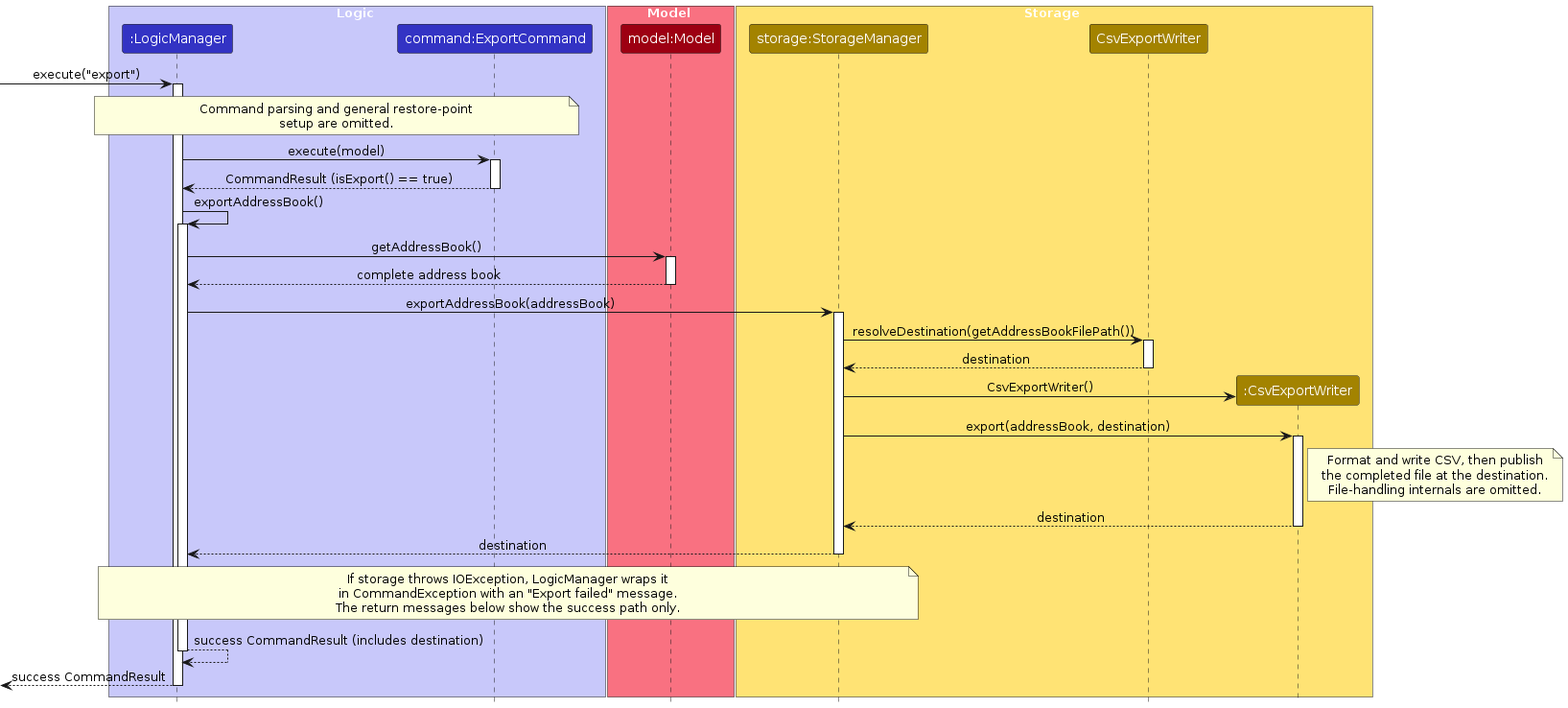
This is diagrams/ExportSequenceDiagram.png from AY2627S1-CS2103-F10-1/tp, a PlantUML export, as it was before one commit. Its source is kept beside it as diagrams/ExportSequenceDiagram.puml. The source it was exported from:
```plantuml
@startuml
!include style.puml
skinparam ArrowFontStyle plain

box Logic LOGIC_COLOR_T1
participant ":LogicManager" as LogicManager LOGIC_COLOR
participant "command:ExportCommand" as ExportCommand LOGIC_COLOR
end box

box Model MODEL_COLOR_T1
participant "model:Model" as Model MODEL_COLOR
end box

box Storage STORAGE_COLOR_T1
participant "storage:StorageManager" as StorageManager STORAGE_COLOR
participant "CsvExportWriter" as CsvExportWriterType STORAGE_COLOR
participant ":CsvExportWriter" as CsvExportWriter STORAGE_COLOR
end box

[-> LogicManager : execute("export")
activate LogicManager
note over LogicManager, ExportCommand
Command parsing and general restore-point
setup are omitted.
end note

LogicManager -> ExportCommand : execute(model)
activate ExportCommand
ExportCommand --> LogicManager : CommandResult (isExport() == true)
deactivate ExportCommand

LogicManager -> LogicManager : exportAddressBook()
activate LogicManager
LogicManager -> Model : getAddressBook()
activate Model
Model --> LogicManager : complete address book
deactivate Model

LogicManager -> StorageManager : exportAddressBook(addressBook)
activate StorageManager
StorageManager -> CsvExportWriterType : resolveDestination(getAddressBookFilePath())
activate CsvExportWriterType
CsvExportWriterType --> StorageManager : destination
deactivate CsvExportWriterType

create CsvExportWriter
StorageManager -> CsvExportWriter : CsvExportWriter()
StorageManager -> CsvExportWriter : export(addressBook, destination)
activate CsvExportWriter
note right of CsvExportWriter
Format and write CSV, then publish
the completed file at the destination.
File-handling internals are omitted.
end note
CsvExportWriter --> StorageManager : destination
deactivate CsvExportWriter
StorageManager --> LogicManager : destination
deactivate StorageManager

note over LogicManager, StorageManager
If storage throws IOException, LogicManager wraps it
in CommandException with an "Export failed" message.
The return messages below show the success path only.
end note

LogicManager --> LogicManager : success CommandResult (includes destination)
deactivate LogicManager
[<-- LogicManager : success CommandResult
deactivate LogicManager
@enduml
```
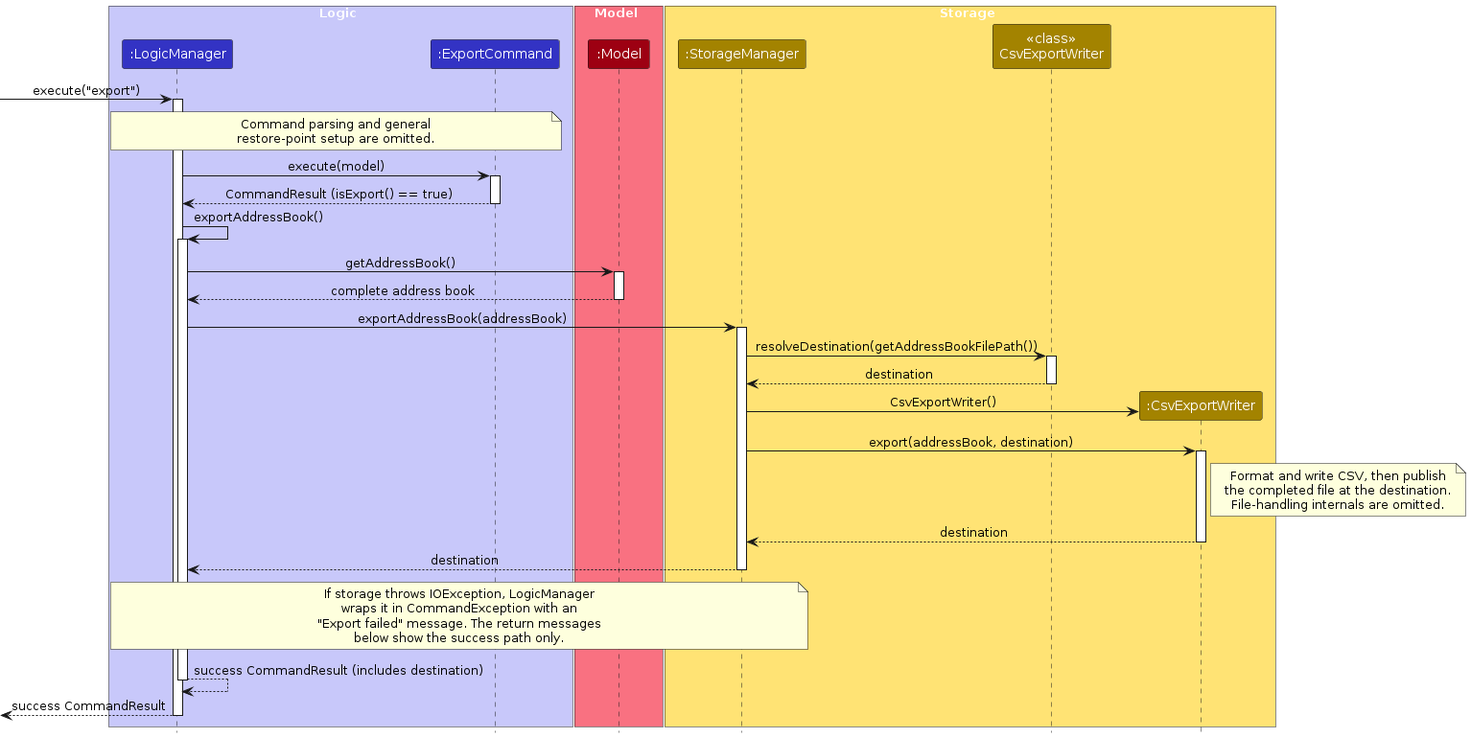
After the change.

Diff of the diagram source:
```diff
@@ -4,24 +4,24 @@
 
 box Logic LOGIC_COLOR_T1
 participant ":LogicManager" as LogicManager LOGIC_COLOR
-participant "command:ExportCommand" as ExportCommand LOGIC_COLOR
+participant ":ExportCommand" as ExportCommand LOGIC_COLOR
 end box
 
 box Model MODEL_COLOR_T1
-participant "model:Model" as Model MODEL_COLOR
+participant ":Model" as Model MODEL_COLOR
 end box
 
 box Storage STORAGE_COLOR_T1
-participant "storage:StorageManager" as StorageManager STORAGE_COLOR
-participant "CsvExportWriter" as CsvExportWriterType STORAGE_COLOR
+participant ":StorageManager" as StorageManager STORAGE_COLOR
+participant "<<class>>\nCsvExportWriter" as CsvExportWriterType STORAGE_COLOR
 participant ":CsvExportWriter" as CsvExportWriter STORAGE_COLOR
 end box
 
 [-> LogicManager : execute("export")
 activate LogicManager
 note over LogicManager, ExportCommand
-Command parsing and general restore-point
-setup are omitted.
+Command parsing and general
+restore-point setup are omitted.
 end note
 
 LogicManager -> ExportCommand : execute(model)
@@ -58,9 +58,10 @@
 deactivate StorageManager
 
 note over LogicManager, StorageManager
-If storage throws IOException, LogicManager wraps it
-in CommandException with an "Export failed" message.
-The return messages below show the success path only.
+If storage throws IOException, LogicManager
+wraps it in CommandException with an
+"Export failed" message. The return messages
+below show the success path only.
 end note
 
 LogicManager --> LogicManager : success CommandResult (includes destination)
```
